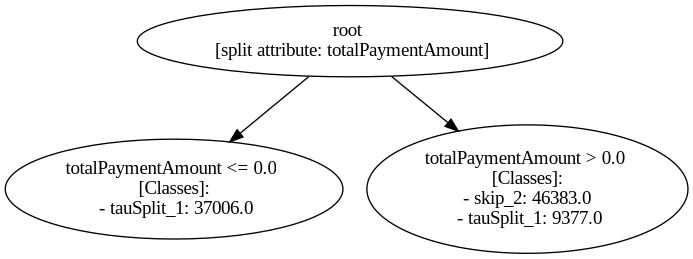
piepor/multiple-paths-decision-mining keeps this Graphviz diagram as figures/Road_Traffic_Fine_Management_Process-p_2-7.gv.png. Above is the earlier version. Its source is kept beside it as figures/Road_Traffic_Fine_Management_Process-p_2-7.gv. Its diagram source:
```dot
digraph "Road_Traffic_Fine_Management_Process-p_2-7" {
	"041875d2-af3b-43d3-8e0b-570f60a96086" [label="root
 [split attribute: totalPaymentAmount]"]
	"fed0ef18-b3cd-4919-b242-5c8259933b35" [label="totalPaymentAmount <= 0.0
 [Classes]:
 - tauSplit_1: 37006.0"]
	"041875d2-af3b-43d3-8e0b-570f60a96086" -> "fed0ef18-b3cd-4919-b242-5c8259933b35"
	"b9947cfd-db8b-4604-80e2-c6a5faf82c8d" [label="totalPaymentAmount > 0.0
 [Classes]:
 - skip_2: 46383.0
 - tauSplit_1: 9377.0"]
	"041875d2-af3b-43d3-8e0b-570f60a96086" -> "b9947cfd-db8b-4604-80e2-c6a5faf82c8d"
}
```
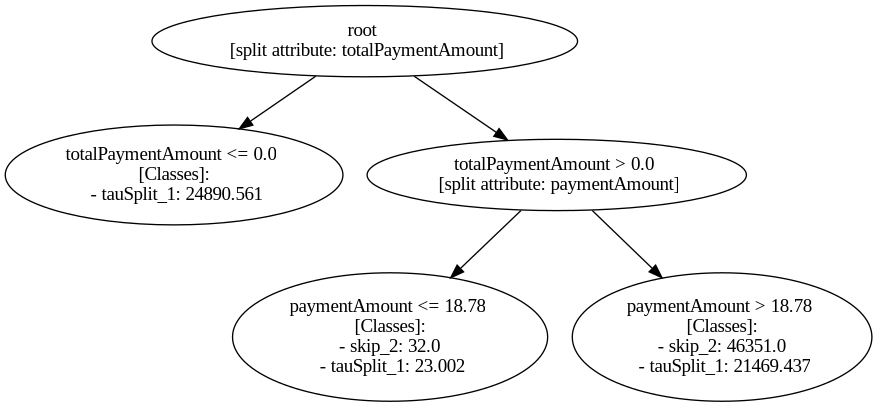
Later version of the same file.

Diff of the diagram source:
```diff
@@ -1,13 +1,21 @@
 digraph "Road_Traffic_Fine_Management_Process-p_2-7" {
-	"041875d2-af3b-43d3-8e0b-570f60a96086" [label="root
+	"144df87d-7786-46c7-90be-75e3130c96da" [label="root
  [split attribute: totalPaymentAmount]"]
-	"fed0ef18-b3cd-4919-b242-5c8259933b35" [label="totalPaymentAmount <= 0.0
+	"80992958-edf4-4a78-b5bf-b40783eb4d11" [label="totalPaymentAmount <= 0.0
  [Classes]:
- - tauSplit_1: 37006.0"]
-	"041875d2-af3b-43d3-8e0b-570f60a96086" -> "fed0ef18-b3cd-4919-b242-5c8259933b35"
-	"b9947cfd-db8b-4604-80e2-c6a5faf82c8d" [label="totalPaymentAmount > 0.0
+ - tauSplit_1: 24890.561"]
+	"144df87d-7786-46c7-90be-75e3130c96da" -> "80992958-edf4-4a78-b5bf-b40783eb4d11"
+	"a81b7b5b-f1f4-4265-be30-b88f074de540" [label="totalPaymentAmount > 0.0
+ [split attribute: paymentAmount]"]
+	"144df87d-7786-46c7-90be-75e3130c96da" -> "a81b7b5b-f1f4-4265-be30-b88f074de540"
+	"90dffa41-aa8c-4607-93ba-91da51e094d5" [label="paymentAmount <= 18.78
  [Classes]:
- - skip_2: 46383.0
- - tauSplit_1: 9377.0"]
-	"041875d2-af3b-43d3-8e0b-570f60a96086" -> "b9947cfd-db8b-4604-80e2-c6a5faf82c8d"
+ - skip_2: 32.0
+ - tauSplit_1: 23.002"]
+	"a81b7b5b-f1f4-4265-be30-b88f074de540" -> "90dffa41-aa8c-4607-93ba-91da51e094d5"
+	"63ccb84a-97fa-43e5-94aa-b1b366ef4d63" [label="paymentAmount > 18.78
+ [Classes]:
+ - skip_2: 46351.0
+ - tauSplit_1: 21469.437"]
+	"a81b7b5b-f1f4-4265-be30-b88f074de540" -> "63ccb84a-97fa-43e5-94aa-b1b366ef4d63"
 }
```
